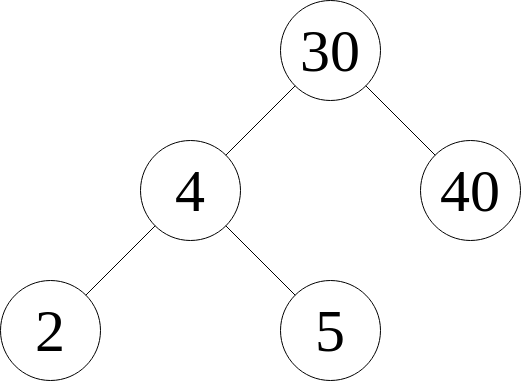
Above: static/post-images/algo/tree6.png in coletonodonnell/coleton.io (draw.io), before the change. Source tidied: cells renumbered, new cells last; positions are measured from the earlier drawing's top-left corner, leaving out a move shared by most shapes. Source of this version:
```xml
<mxGraphModel>
  <root>
    <mxCell id="0" />
    <mxCell id="1" parent="0" />
    <mxCell id="2" value="&lt;font style=&quot;font-size: 60px;&quot;&gt;30&lt;/font&gt;" style="ellipse;whiteSpace=wrap;html=1;labelBackgroundColor=none;shadow=0;rounded=1;" parent="1" vertex="1">
      <mxGeometry x="280" width="100" height="100" as="geometry" />
    </mxCell>
    <mxCell id="3" value="&lt;font style=&quot;font-size: 60px;&quot;&gt;4&lt;/font&gt;" style="ellipse;whiteSpace=wrap;html=1;labelBackgroundColor=none;strokeWidth=1;shadow=0;rounded=1;" parent="1" vertex="1">
      <mxGeometry x="140" y="140" width="100" height="100" as="geometry" />
    </mxCell>
    <mxCell id="4" value="&lt;font style=&quot;font-size: 60px;&quot;&gt;40&lt;/font&gt;" style="ellipse;whiteSpace=wrap;html=1;labelBackgroundColor=none;shadow=0;rounded=1;" parent="1" vertex="1">
      <mxGeometry x="420" y="140" width="100" height="100" as="geometry" />
    </mxCell>
    <mxCell id="5" style="endArrow=none;html=1;rounded=1;entryX=0;entryY=1;entryDx=0;entryDy=0;labelBackgroundColor=none;fontColor=default;shadow=0;exitX=1;exitY=0;exitDx=0;exitDy=0;" parent="1" edge="1" source="3" target="2">
      <mxGeometry relative="1" as="geometry" />
    </mxCell>
    <mxCell id="6" style="endArrow=none;html=1;rounded=1;exitX=1;exitY=1;exitDx=0;exitDy=0;entryX=0;entryY=0;entryDx=0;entryDy=0;labelBackgroundColor=none;fontColor=default;shadow=0;" parent="1" edge="1" source="2" target="4">
      <mxGeometry relative="1" as="geometry" />
    </mxCell>
    <mxCell id="7" value="&lt;font style=&quot;font-size: 60px;&quot;&gt;2&lt;/font&gt;" style="ellipse;whiteSpace=wrap;html=1;labelBackgroundColor=none;strokeWidth=1;shadow=0;rounded=1;" parent="1" vertex="1">
      <mxGeometry y="280" width="100" height="100" as="geometry" />
    </mxCell>
    <mxCell id="8" style="endArrow=none;html=1;rounded=1;entryX=0;entryY=1;entryDx=0;entryDy=0;labelBackgroundColor=none;fontColor=default;shadow=0;exitX=1;exitY=0;exitDx=0;exitDy=0;" parent="1" edge="1" source="7" target="3">
      <mxGeometry relative="1" as="geometry" />
    </mxCell>
    <mxCell id="9" value="&lt;font style=&quot;font-size: 60px;&quot;&gt;5&lt;/font&gt;" style="ellipse;whiteSpace=wrap;html=1;labelBackgroundColor=none;strokeWidth=1;shadow=0;rounded=1;" parent="1" vertex="1">
      <mxGeometry x="280" y="280" width="100" height="100" as="geometry" />
    </mxCell>
    <mxCell id="10" style="endArrow=none;html=1;rounded=0;fontSize=60;entryX=1;entryY=1;entryDx=0;entryDy=0;exitX=0;exitY=0;exitDx=0;exitDy=0;labelBackgroundColor=none;fontColor=default;" parent="1" edge="1" source="9" target="3">
      <mxGeometry relative="1" as="geometry" />
    </mxCell>
  </root>
</mxGraphModel>
```
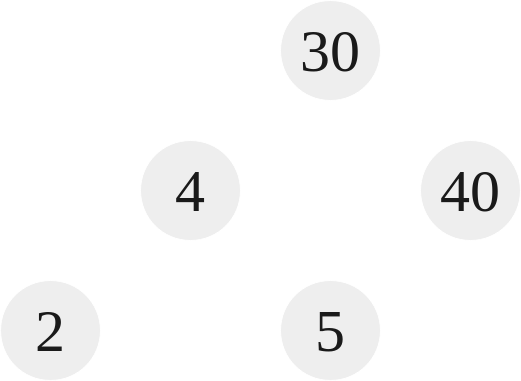
Above is the later version.

Diff of the diagram source:
```diff
@@ -2,31 +2,31 @@
   <root>
     <mxCell id="0" />
     <mxCell id="1" parent="0" />
-    <mxCell id="2" value="&lt;font style=&quot;font-size: 60px;&quot;&gt;30&lt;/font&gt;" style="ellipse;whiteSpace=wrap;html=1;labelBackgroundColor=none;shadow=0;rounded=1;" parent="1" vertex="1">
+    <mxCell id="2" value="&lt;font style=&quot;font-size: 60px;&quot;&gt;30&lt;/font&gt;" style="ellipse;whiteSpace=wrap;html=1;labelBackgroundColor=none;shadow=0;rounded=1;fillColor=#EEEEEE;strokeColor=#FFFFFF;fontColor=#1A1A1A;" parent="1" vertex="1">
       <mxGeometry x="280" width="100" height="100" as="geometry" />
     </mxCell>
-    <mxCell id="3" value="&lt;font style=&quot;font-size: 60px;&quot;&gt;4&lt;/font&gt;" style="ellipse;whiteSpace=wrap;html=1;labelBackgroundColor=none;strokeWidth=1;shadow=0;rounded=1;" parent="1" vertex="1">
+    <mxCell id="3" value="&lt;font style=&quot;font-size: 60px;&quot;&gt;4&lt;/font&gt;" style="ellipse;whiteSpace=wrap;html=1;labelBackgroundColor=none;strokeWidth=1;shadow=0;rounded=1;fillColor=#EEEEEE;strokeColor=#FFFFFF;fontColor=#1A1A1A;" parent="1" vertex="1">
       <mxGeometry x="140" y="140" width="100" height="100" as="geometry" />
     </mxCell>
-    <mxCell id="4" value="&lt;font style=&quot;font-size: 60px;&quot;&gt;40&lt;/font&gt;" style="ellipse;whiteSpace=wrap;html=1;labelBackgroundColor=none;shadow=0;rounded=1;" parent="1" vertex="1">
+    <mxCell id="4" value="&lt;font style=&quot;font-size: 60px;&quot;&gt;40&lt;/font&gt;" style="ellipse;whiteSpace=wrap;html=1;labelBackgroundColor=none;shadow=0;rounded=1;fillColor=#EEEEEE;strokeColor=#FFFFFF;fontColor=#1A1A1A;" parent="1" vertex="1">
       <mxGeometry x="420" y="140" width="100" height="100" as="geometry" />
     </mxCell>
-    <mxCell id="5" style="endArrow=none;html=1;rounded=1;entryX=0;entryY=1;entryDx=0;entryDy=0;labelBackgroundColor=none;fontColor=default;shadow=0;exitX=1;exitY=0;exitDx=0;exitDy=0;" parent="1" edge="1" source="3" target="2">
+    <mxCell id="5" style="endArrow=none;html=1;rounded=1;entryX=0;entryY=1;entryDx=0;entryDy=0;labelBackgroundColor=none;fontColor=default;shadow=0;exitX=1;exitY=0;exitDx=0;exitDy=0;strokeColor=#FFFFFF;" parent="1" edge="1" source="3" target="2">
       <mxGeometry relative="1" as="geometry" />
     </mxCell>
-    <mxCell id="6" style="endArrow=none;html=1;rounded=1;exitX=1;exitY=1;exitDx=0;exitDy=0;entryX=0;entryY=0;entryDx=0;entryDy=0;labelBackgroundColor=none;fontColor=default;shadow=0;" parent="1" edge="1" source="2" target="4">
+    <mxCell id="6" style="endArrow=none;html=1;rounded=1;exitX=1;exitY=1;exitDx=0;exitDy=0;entryX=0;entryY=0;entryDx=0;entryDy=0;labelBackgroundColor=none;fontColor=default;shadow=0;strokeColor=#FFFFFF;" parent="1" edge="1" source="2" target="4">
       <mxGeometry relative="1" as="geometry" />
     </mxCell>
-    <mxCell id="7" value="&lt;font style=&quot;font-size: 60px;&quot;&gt;2&lt;/font&gt;" style="ellipse;whiteSpace=wrap;html=1;labelBackgroundColor=none;strokeWidth=1;shadow=0;rounded=1;" parent="1" vertex="1">
+    <mxCell id="7" value="&lt;font style=&quot;font-size: 60px;&quot;&gt;2&lt;/font&gt;" style="ellipse;whiteSpace=wrap;html=1;labelBackgroundColor=none;strokeWidth=1;shadow=0;rounded=1;fillColor=#EEEEEE;strokeColor=#FFFFFF;fontColor=#1A1A1A;" parent="1" vertex="1">
       <mxGeometry y="280" width="100" height="100" as="geometry" />
     </mxCell>
-    <mxCell id="8" style="endArrow=none;html=1;rounded=1;entryX=0;entryY=1;entryDx=0;entryDy=0;labelBackgroundColor=none;fontColor=default;shadow=0;exitX=1;exitY=0;exitDx=0;exitDy=0;" parent="1" edge="1" source="7" target="3">
+    <mxCell id="8" style="endArrow=none;html=1;rounded=1;entryX=0;entryY=1;entryDx=0;entryDy=0;labelBackgroundColor=none;fontColor=default;shadow=0;exitX=1;exitY=0;exitDx=0;exitDy=0;strokeColor=#FFFFFF;" parent="1" edge="1" source="7" target="3">
       <mxGeometry relative="1" as="geometry" />
     </mxCell>
-    <mxCell id="9" value="&lt;font style=&quot;font-size: 60px;&quot;&gt;5&lt;/font&gt;" style="ellipse;whiteSpace=wrap;html=1;labelBackgroundColor=none;strokeWidth=1;shadow=0;rounded=1;" parent="1" vertex="1">
+    <mxCell id="9" value="&lt;font style=&quot;font-size: 60px;&quot;&gt;5&lt;/font&gt;" style="ellipse;whiteSpace=wrap;html=1;labelBackgroundColor=none;strokeWidth=1;shadow=0;rounded=1;fillColor=#EEEEEE;strokeColor=#FFFFFF;fontColor=#1A1A1A;" parent="1" vertex="1">
       <mxGeometry x="280" y="280" width="100" height="100" as="geometry" />
     </mxCell>
-    <mxCell id="10" style="endArrow=none;html=1;rounded=0;fontSize=60;entryX=1;entryY=1;entryDx=0;entryDy=0;exitX=0;exitY=0;exitDx=0;exitDy=0;labelBackgroundColor=none;fontColor=default;" parent="1" edge="1" source="9" target="3">
+    <mxCell id="10" style="endArrow=none;html=1;rounded=0;fontSize=60;entryX=1;entryY=1;entryDx=0;entryDy=0;exitX=0;exitY=0;exitDx=0;exitDy=0;labelBackgroundColor=none;strokeColor=#FFFFFF;fontColor=default;" parent="1" edge="1" source="9" target="3">
       <mxGeometry relative="1" as="geometry" />
     </mxCell>
   </root>
```
